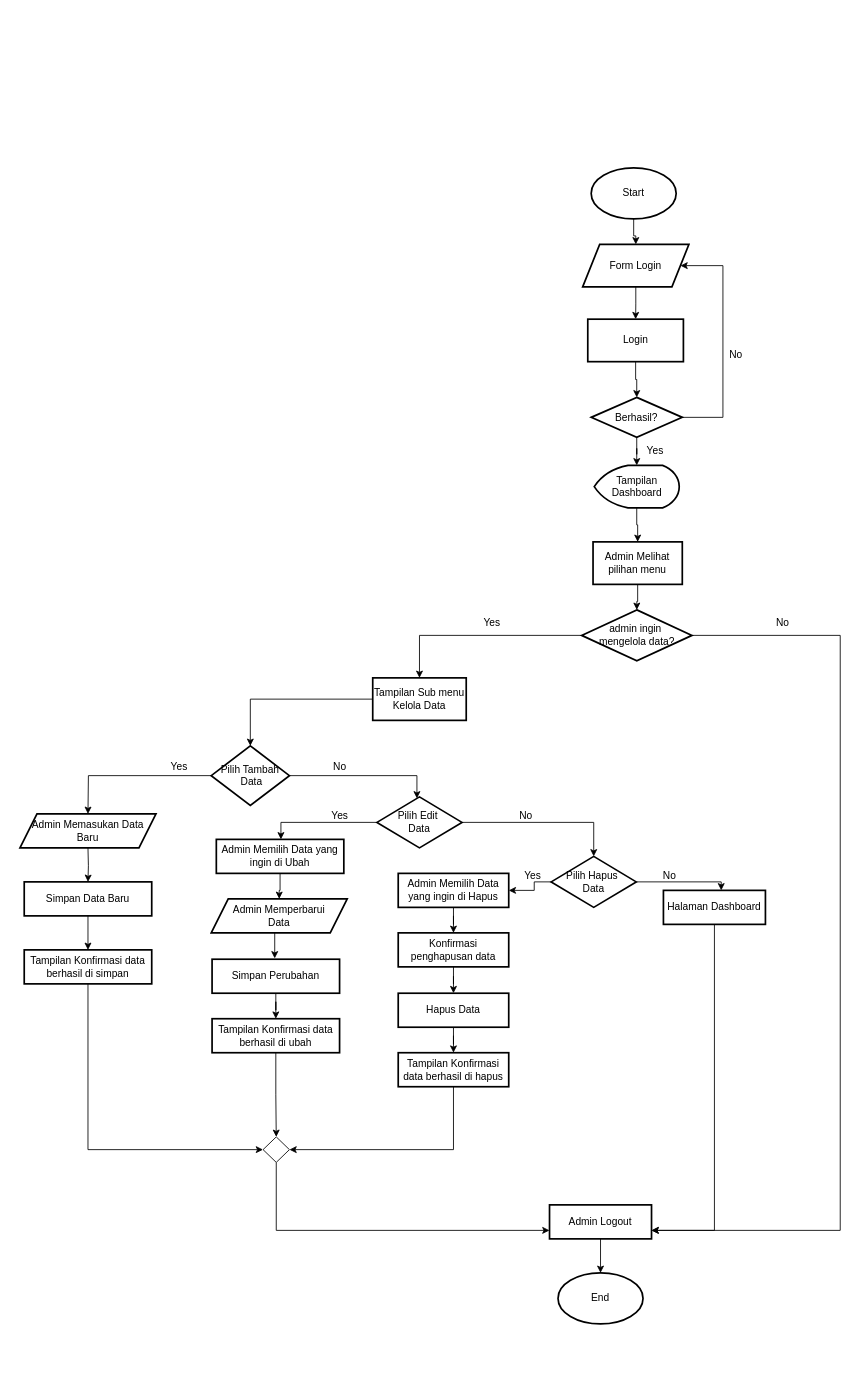
Above: admin.drawio in EnjoyUrLife69/PKL-INTERNAL (draw.io), before the change. Source tidied: cells renumbered, new cells numbered last; positions are measured from the earlier drawing's top-left corner, leaving out a move shared by most shapes. Both pictures are drawn from the tidied source at 85%, with x=0, y=0 at pixel (20, 167).
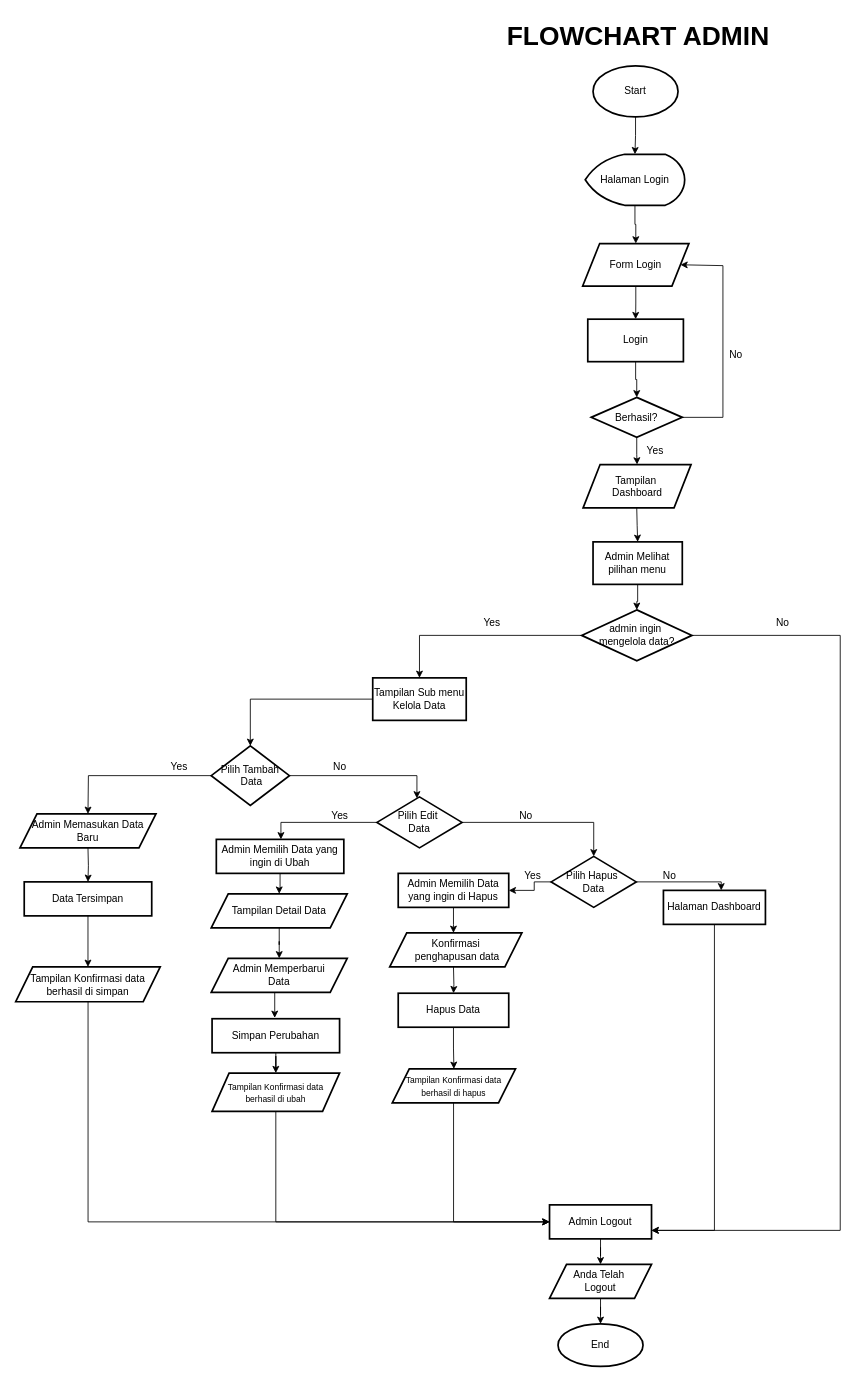
The same diagram, later.

Unchanged cells that the change refers to:
```xml
<mxCell id="15" value="Admin Melihat pilihan menu" style="whiteSpace=wrap;html=1;strokeWidth=2;" parent="1" vertex="1">
  <mxGeometry x="674.2" y="440" width="105" height="50" as="geometry" />
</mxCell>
<mxCell id="36" value="Admin Memilih Data yang ingin di Ubah" style="whiteSpace=wrap;html=1;strokeWidth=2;" parent="1" vertex="1">
  <mxGeometry x="231" y="790" width="150" height="40" as="geometry" />
</mxCell>
<mxCell id="51" value="Admin Memilih Data yang ingin di Hapus" style="whiteSpace=wrap;html=1;strokeWidth=2;" parent="1" vertex="1">
  <mxGeometry x="445" y="830" width="130" height="40" as="geometry" />
</mxCell>
<mxCell id="56" value="Hapus Data" style="whiteSpace=wrap;html=1;strokeWidth=2;" parent="1" vertex="1">
  <mxGeometry x="445" y="971" width="130" height="40" as="geometry" />
</mxCell>
<mxCell id="63" value="Admin Logout" style="whiteSpace=wrap;html=1;strokeWidth=2;" parent="1" vertex="1">
  <mxGeometry x="623" y="1220" width="120" height="40" as="geometry" />
</mxCell>
```

Diff of the diagram source:
```diff
@@
-    <mxCell id="2" style="edgeStyle=orthogonalEdgeStyle;rounded=0;jettySize=auto;html=1;" parent="1" edge="1" source="3" target="5">
-      <mxGeometry relative="1" as="geometry" />
-    </mxCell>
+    <mxCell id="68" style="edgeStyle=orthogonalEdgeStyle;rounded=0;jettySize=auto;html=1;" parent="1" edge="1" source="3" target="76">
+      <mxGeometry relative="1" as="geometry" />
+    </mxCell>
     <mxCell id="3" value="Start" style="strokeWidth=2;html=1;shape=mxgraph.flowchart.start_1;whiteSpace=wrap;" parent="1" vertex="1">
-      <mxGeometry x="672" width="100" height="60" as="geometry" />
+      <mxGeometry x="674.2" y="-120" width="100" height="60" as="geometry" />
     </mxCell>
@@
     <mxCell id="5" value="Form Login" style="shape=parallelogram;perimeter=parallelogramPerimeter;whiteSpace=wrap;html=1;fixedSize=1;strokeWidth=2;" parent="1" vertex="1">
-      <mxGeometry x="662" y="90" width="125" height="50" as="geometry" />
+      <mxGeometry x="662" y="89" width="125" height="50" as="geometry" />
     </mxCell>
@@
-    <mxCell id="12" style="edgeStyle=orthogonalEdgeStyle;rounded=0;jettySize=auto;html=1;" parent="1" edge="1" source="13" target="15">
-      <mxGeometry relative="1" as="geometry" />
+    <mxCell id="12" style="edgeStyle=orthogonalEdgeStyle;rounded=0;jettySize=auto;html=1;" parent="1" edge="1" target="15">
+      <mxGeometry relative="1" as="geometry">
+        <mxPoint x="725.6" y="400" as="sourcePoint" />
+      </mxGeometry>
     </mxCell>
-    <mxCell id="13" value="Tampilan&lt;div&gt;Dashboard&lt;/div&gt;" style="strokeWidth=2;html=1;shape=mxgraph.flowchart.display;whiteSpace=wrap;" parent="1" vertex="1">
-      <mxGeometry x="675.6" y="350" width="100" height="50" as="geometry" />
-    </mxCell>
@@
-    <mxCell id="28" value="Simpan Data Baru" style="whiteSpace=wrap;html=1;strokeWidth=2;" parent="1" vertex="1">
+    <mxCell id="28" value="Data Tersimpan" style="whiteSpace=wrap;html=1;strokeWidth=2;" parent="1" vertex="1">
       <mxGeometry x="5" y="840" width="150" height="40" as="geometry" />
     </mxCell>
-    <mxCell id="29" style="edgeStyle=orthogonalEdgeStyle;rounded=0;jettySize=auto;html=1;entryX=0;entryY=0.5;entryDx=0;entryDy=0;" parent="1" edge="1" source="30" target="66">
+    <mxCell id="29" style="edgeStyle=orthogonalEdgeStyle;rounded=0;jettySize=auto;html=1;entryX=0;entryY=0.5;entryDx=0;entryDy=0;" parent="1" edge="1" target="63">
       <mxGeometry relative="1" as="geometry">
+        <mxPoint x="80.1" y="960" as="sourcePoint" />
         <Array as="points">
-          <mxPoint x="80" y="1155" />
+          <mxPoint x="80" y="1240" />
         </Array>
       </mxGeometry>
     </mxCell>
-    <mxCell id="30" value="Tampilan Konfirmasi data berhasil di simpan" style="whiteSpace=wrap;html=1;strokeWidth=2;" parent="1" vertex="1">
-      <mxGeometry x="5" y="920" width="150" height="40" as="geometry" />
-    </mxCell>
@@
-    <mxCell id="35" style="edgeStyle=orthogonalEdgeStyle;rounded=0;jettySize=auto;html=1;" parent="1" edge="1" source="36" target="41">
-      <mxGeometry relative="1" as="geometry" />
-    </mxCell>
+    <mxCell id="69" style="edgeStyle=orthogonalEdgeStyle;rounded=0;jettySize=auto;html=1;" parent="1" edge="1" source="36" target="78">
+      <mxGeometry relative="1" as="geometry" />
+    </mxCell>
@@
     <mxCell id="38" value="Simpan Perubahan" style="whiteSpace=wrap;html=1;strokeWidth=2;" parent="1" vertex="1">
-      <mxGeometry x="226" y="931" width="150" height="40" as="geometry" />
+      <mxGeometry x="226" y="1001" width="150" height="40" as="geometry" />
     </mxCell>
-    <mxCell id="39" style="edgeStyle=orthogonalEdgeStyle;rounded=0;jettySize=auto;html=1;entryX=0.5;entryY=0;entryDx=0;entryDy=0;" parent="1" edge="1" source="40" target="66">
-      <mxGeometry relative="1" as="geometry" />
-    </mxCell>
-    <mxCell id="40" value="Tampilan Konfirmasi data berhasil di ubah" style="whiteSpace=wrap;html=1;strokeWidth=2;" parent="1" vertex="1">
-      <mxGeometry x="226" y="1001" width="150" height="40" as="geometry" />
-    </mxCell>
     <mxCell id="41" value="Admin Memperbarui&lt;div&gt;Data&lt;/div&gt;" style="shape=parallelogram;perimeter=parallelogramPerimeter;whiteSpace=wrap;html=1;fixedSize=1;strokeWidth=2;" parent="1" vertex="1">
-      <mxGeometry x="225" y="860" width="160" height="40" as="geometry" />
+      <mxGeometry x="225" y="930" width="160" height="40" as="geometry" />
     </mxCell>
     <mxCell id="42" style="edgeStyle=orthogonalEdgeStyle;rounded=0;orthogonalLoop=1;jettySize=auto;html=1;" parent="1" edge="1">
       <mxGeometry relative="1" as="geometry">
-        <mxPoint x="299.7" y="900" as="sourcePoint" />
-        <mxPoint x="299.7" y="930" as="targetPoint" />
+        <mxPoint x="299.7" y="970" as="sourcePoint" />
+        <mxPoint x="299.7" y="1000" as="targetPoint" />
       </mxGeometry>
     </mxCell>
@@
-    <mxCell id="50" style="edgeStyle=orthogonalEdgeStyle;rounded=0;jettySize=auto;html=1;" parent="1" edge="1" source="51" target="54">
-      <mxGeometry relative="1" as="geometry" />
+    <mxCell id="50" style="edgeStyle=orthogonalEdgeStyle;rounded=0;jettySize=auto;html=1;" parent="1" edge="1" source="51">
+      <mxGeometry relative="1" as="geometry">
+        <mxPoint x="510" y="900" as="targetPoint" />
+      </mxGeometry>
     </mxCell>
@@
-    <mxCell id="53" style="edgeStyle=orthogonalEdgeStyle;rounded=0;jettySize=auto;html=1;" parent="1" edge="1" source="54" target="56">
-      <mxGeometry relative="1" as="geometry" />
+    <mxCell id="53" style="edgeStyle=orthogonalEdgeStyle;rounded=0;jettySize=auto;html=1;" parent="1" edge="1" target="56">
+      <mxGeometry relative="1" as="geometry">
+        <mxPoint x="510" y="940" as="sourcePoint" />
+      </mxGeometry>
     </mxCell>
-    <mxCell id="54" value="Konfirmasi penghapusan data" style="whiteSpace=wrap;html=1;strokeWidth=2;" parent="1" vertex="1">
-      <mxGeometry x="445" y="900" width="130" height="40" as="geometry" />
-    </mxCell>
@@
-    <mxCell id="57" style="edgeStyle=orthogonalEdgeStyle;rounded=0;jettySize=auto;html=1;entryX=1;entryY=0.5;entryDx=0;entryDy=0;" parent="1" edge="1" source="58" target="66">
+    <mxCell id="57" style="edgeStyle=orthogonalEdgeStyle;rounded=0;jettySize=auto;html=1;entryX=0;entryY=0.5;entryDx=0;entryDy=0;" parent="1" edge="1" target="63">
       <mxGeometry relative="1" as="geometry">
+        <mxPoint x="510.1" y="1081" as="sourcePoint" />
         <Array as="points">
-          <mxPoint x="510" y="1155" />
+          <mxPoint x="510" y="1240" />
         </Array>
       </mxGeometry>
     </mxCell>
-    <mxCell id="58" value="Tampilan Konfirmasi data berhasil di hapus" style="whiteSpace=wrap;html=1;strokeWidth=2;" parent="1" vertex="1">
-      <mxGeometry x="445" y="1041" width="130" height="40" as="geometry" />
-    </mxCell>
@@
-    <mxCell id="62" style="edgeStyle=orthogonalEdgeStyle;rounded=0;jettySize=auto;html=1;" parent="1" edge="1" source="63" target="67">
-      <mxGeometry relative="1" as="geometry" />
-    </mxCell>
+    <mxCell id="70" style="edgeStyle=orthogonalEdgeStyle;rounded=0;jettySize=auto;html=1;" parent="1" edge="1" source="63" target="73">
+      <mxGeometry relative="1" as="geometry" />
+    </mxCell>
@@
-    <mxCell id="65" style="edgeStyle=orthogonalEdgeStyle;rounded=0;jettySize=auto;html=1;entryX=0;entryY=0.75;entryDx=0;entryDy=0;" parent="1" edge="1" source="66" target="63">
-      <mxGeometry relative="1" as="geometry">
-        <Array as="points">
-          <mxPoint x="302" y="1250" />
-        </Array>
-      </mxGeometry>
-    </mxCell>
-    <mxCell id="66" style="rhombus;whiteSpace=wrap;html=1;" parent="1" vertex="1">
-      <mxGeometry x="286" y="1140" width="31" height="30" as="geometry" />
-    </mxCell>
+    <mxCell id="71" value="FLOWCHART ADMIN" style="text;html=1;align=center;verticalAlign=middle;strokeColor=none;fillColor=none;strokeWidth=3;fontSize=31;fontStyle=1;" parent="1" vertex="1">
+      <mxGeometry x="561.8" y="-180" width="330" height="50" as="geometry" />
+    </mxCell>
+    <mxCell id="72" style="edgeStyle=orthogonalEdgeStyle;rounded=0;jettySize=auto;html=1;" parent="1" edge="1" source="73" target="67">
+      <mxGeometry relative="1" as="geometry" />
+    </mxCell>
+    <mxCell id="73" value="Anda Telah&amp;nbsp;&lt;div&gt;Logout&lt;/div&gt;" style="shape=parallelogram;perimeter=parallelogramPerimeter;whiteSpace=wrap;html=1;fixedSize=1;strokeWidth=2;" parent="1" vertex="1">
+      <mxGeometry x="623" y="1290" width="120" height="40" as="geometry" />
+    </mxCell>
     <mxCell id="67" value="End" style="strokeWidth=2;html=1;shape=mxgraph.flowchart.start_1;whiteSpace=wrap;" parent="1" vertex="1">
-      <mxGeometry x="633" y="1300" width="100" height="60" as="geometry" />
+      <mxGeometry x="633" y="1360" width="100" height="50" as="geometry" />
     </mxCell>
+    <mxCell id="74" style="edgeStyle=orthogonalEdgeStyle;rounded=0;jettySize=auto;html=1;entryX=0;entryY=0.5;entryDx=0;entryDy=0;" parent="1" edge="1" source="40" target="63">
+      <mxGeometry relative="1" as="geometry">
+        <Array as="points">
+          <mxPoint x="301" y="1240" />
+        </Array>
+      </mxGeometry>
+    </mxCell>
+    <mxCell id="40" value="&lt;font style=&quot;font-size: 10px;&quot;&gt;Tampilan Konfirmasi data berhasil di ubah&lt;/font&gt;" style="shape=parallelogram;perimeter=parallelogramPerimeter;whiteSpace=wrap;html=1;fixedSize=1;strokeWidth=2;" parent="1" vertex="1">
+      <mxGeometry x="226" y="1065" width="150" height="45" as="geometry" />
+    </mxCell>
+    <mxCell id="58" value="&lt;font style=&quot;font-size: 10px;&quot;&gt;Tampilan Konfirmasi data berhasil di hapus&lt;/font&gt;" style="shape=parallelogram;perimeter=parallelogramPerimeter;whiteSpace=wrap;html=1;fixedSize=1;strokeWidth=2;" parent="1" vertex="1">
+      <mxGeometry x="438" y="1060" width="145" height="40" as="geometry" />
+    </mxCell>
+    <mxCell id="30" value="Tampilan Konfirmasi data berhasil di simpan" style="shape=parallelogram;perimeter=parallelogramPerimeter;whiteSpace=wrap;html=1;fixedSize=1;strokeWidth=2;" parent="1" vertex="1">
+      <mxGeometry x="-5" y="940" width="170" height="41" as="geometry" />
+    </mxCell>
+    <mxCell id="13" value="Tampilan&amp;nbsp;&lt;div&gt;Dashboard&lt;/div&gt;" style="shape=parallelogram;perimeter=parallelogramPerimeter;whiteSpace=wrap;html=1;fixedSize=1;strokeWidth=2;" parent="1" vertex="1">
+      <mxGeometry x="662.5" y="349" width="127" height="51" as="geometry" />
+    </mxCell>
+    <mxCell id="75" style="edgeStyle=orthogonalEdgeStyle;rounded=0;jettySize=auto;html=1;" parent="1" edge="1" source="76" target="5">
+      <mxGeometry relative="1" as="geometry" />
+    </mxCell>
+    <mxCell id="76" value="Halaman Login" style="strokeWidth=2;html=1;shape=mxgraph.flowchart.display;whiteSpace=wrap;" parent="1" vertex="1">
+      <mxGeometry x="665" y="-16" width="117" height="60" as="geometry" />
+    </mxCell>
+    <mxCell id="77" style="edgeStyle=orthogonalEdgeStyle;rounded=0;jettySize=auto;html=1;" parent="1" edge="1" source="78" target="41">
+      <mxGeometry relative="1" as="geometry" />
+    </mxCell>
+    <mxCell id="78" value="Tampilan Detail Data" style="shape=parallelogram;perimeter=parallelogramPerimeter;whiteSpace=wrap;html=1;fixedSize=1;strokeWidth=2;" parent="1" vertex="1">
+      <mxGeometry x="225" y="854" width="160" height="40" as="geometry" />
+    </mxCell>
+    <mxCell id="54" value="Konfirmasi&lt;div&gt;&amp;nbsp;penghapusan data&lt;/div&gt;" style="shape=parallelogram;perimeter=parallelogramPerimeter;whiteSpace=wrap;html=1;fixedSize=1;strokeWidth=2;" parent="1" vertex="1">
+      <mxGeometry x="435" y="900" width="155.5" height="40" as="geometry" />
+    </mxCell>
```
